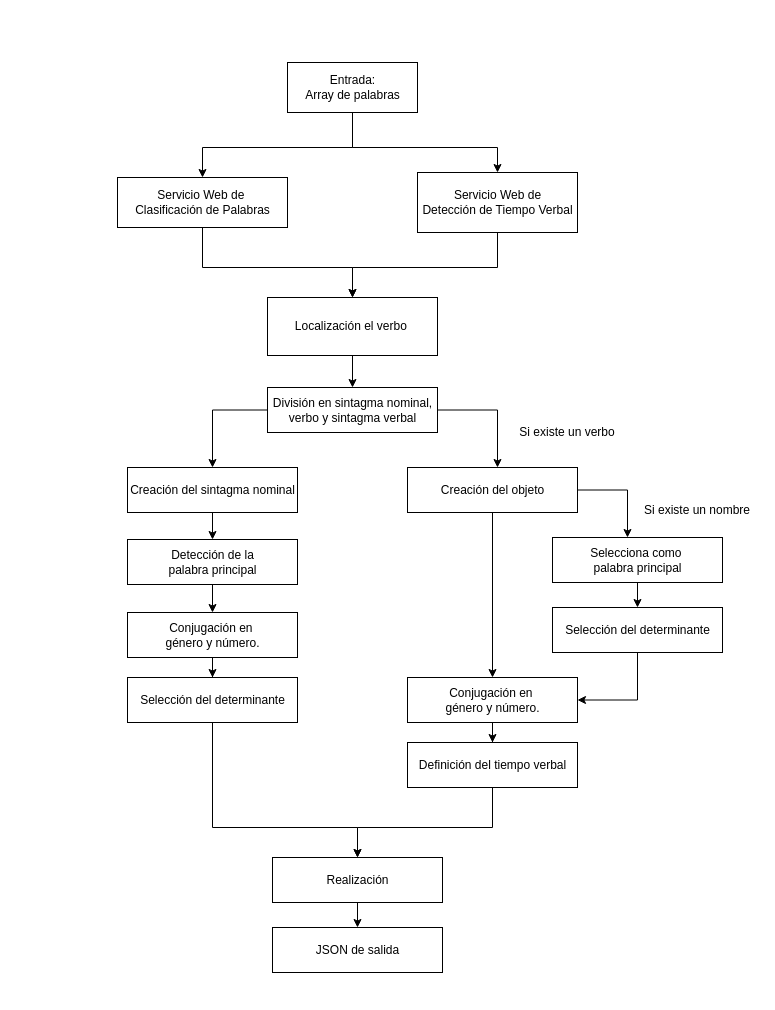
This is Documentación/Imagenes/Bitmap/Diagramas/NLGService.drawio from NILGroup/TFG-1819-PictoTexto, a draw.io file, before an edit. Source tidied: cells renumbered, new cells numbered last; positions are measured from the earlier drawing's top-left corner, leaving out a move shared by most shapes. Both pictures are drawn from the tidied source at 100%, with x=0, y=0 at pixel (117, 62).
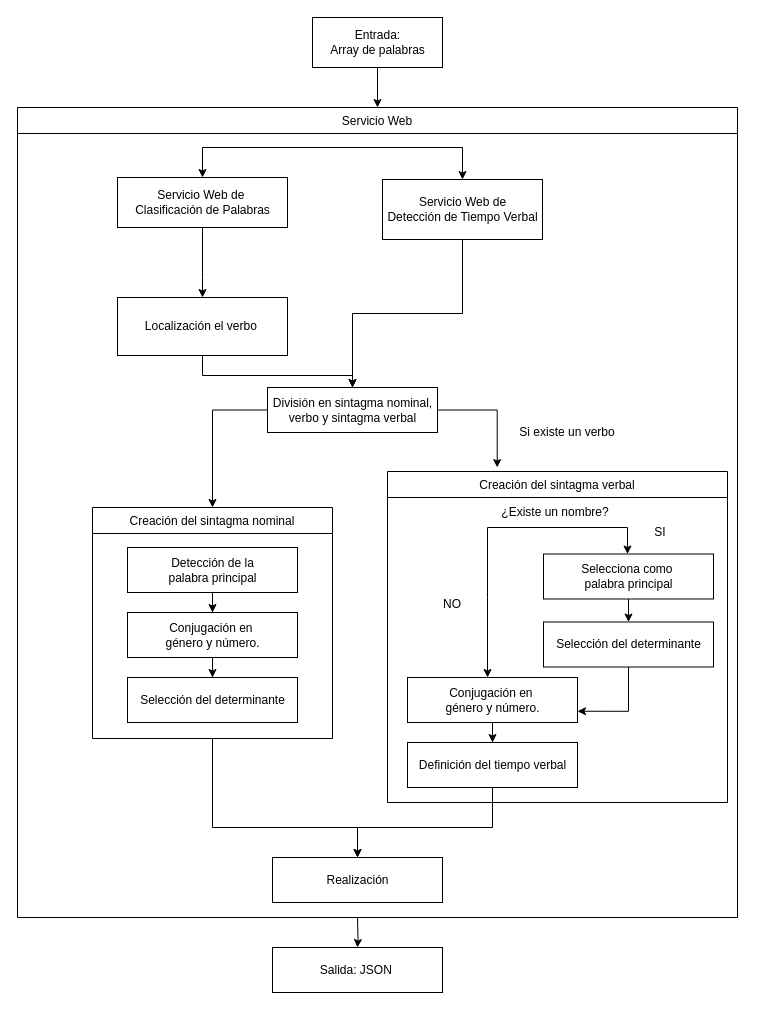
The same page after the edit.

Commit message (it also covers changes not shown here):
Changes on web arquitecture chapter

The change refers to these unchanged cells:
```xml
<mxCell id="5" value="Servicio Web de&amp;nbsp;&lt;br&gt;Clasificación de Palabras&lt;br&gt;" style="html=1;" parent="1" vertex="1">
  <mxGeometry y="115" width="170" height="50" as="geometry" />
</mxCell>
<mxCell id="12" value="División en sintagma nominal,&lt;br&gt;verbo y sintagma verbal&lt;br&gt;" style="html=1;" parent="1" vertex="1">
  <mxGeometry x="150" y="325" width="170" height="45" as="geometry" />
</mxCell>
<mxCell id="21" value="Selección del determinante" style="html=1;" parent="1" vertex="1">
  <mxGeometry x="10" y="615" width="170" height="45" as="geometry" />
</mxCell>
<mxCell id="28" value="Realización&lt;br&gt;" style="html=1;" parent="1" vertex="1">
  <mxGeometry x="155" y="795" width="170" height="45" as="geometry" />
</mxCell>
<mxCell id="37" value="Conjugación en&amp;nbsp;&lt;br&gt;género y número.&lt;br&gt;" style="html=1;" parent="1" vertex="1">
  <mxGeometry x="290" y="615" width="170" height="45" as="geometry" />
</mxCell>
```

What changed in the source:
```diff
@@
-    <mxCell id="2" style="edgeStyle=orthogonalEdgeStyle;rounded=0;jettySize=auto;html=1;exitX=0.5;exitY=1;exitDx=0;exitDy=0;entryX=0.5;entryY=0;entryDx=0;entryDy=0;" parent="1" edge="1" source="6" target="5">
+    <mxCell id="2" style="edgeStyle=orthogonalEdgeStyle;rounded=0;jettySize=auto;html=1;entryX=0.5;entryY=0;entryDx=0;entryDy=0;" parent="1" edge="1" target="5">
       <mxGeometry relative="1" as="geometry">
+        <mxPoint x="240" y="85" as="sourcePoint" />
         <Array as="points">
           <mxPoint x="235" y="85" />
           <mxPoint x="85" y="85" />
         </Array>
       </mxGeometry>
     </mxCell>
-    <mxCell id="3" style="edgeStyle=orthogonalEdgeStyle;rounded=0;jettySize=auto;html=1;entryX=0.5;entryY=0;entryDx=0;entryDy=0;exitX=0.5;exitY=1;exitDx=0;exitDy=0;" parent="1" edge="1" source="6" target="8">
+    <mxCell id="3" style="edgeStyle=orthogonalEdgeStyle;rounded=0;orthogonalLoop=1;jettySize=auto;html=1;" parent="1" edge="1">
       <mxGeometry relative="1" as="geometry">
+        <mxPoint x="225" y="85" as="sourcePoint" />
+        <mxPoint x="345" y="117" as="targetPoint" />
         <Array as="points">
-          <mxPoint x="235" y="85" />
-          <mxPoint x="380" y="85" />
+          <mxPoint x="345" y="85" />
         </Array>
       </mxGeometry>
     </mxCell>
     <mxCell id="4" style="edgeStyle=orthogonalEdgeStyle;rounded=0;jettySize=auto;html=1;entryX=0.5;entryY=0;entryDx=0;entryDy=0;" parent="1" edge="1" source="5" target="10">
       <mxGeometry relative="1" as="geometry">
         <Array as="points">
-          <mxPoint x="85" y="205" />
-          <mxPoint x="235" y="205" />
+          <mxPoint x="85" y="215" />
+          <mxPoint x="85" y="215" />
         </Array>
       </mxGeometry>
     </mxCell>
@@
+    <mxCell id="38" style="edgeStyle=orthogonalEdgeStyle;rounded=0;jettySize=auto;html=1;" parent="1" edge="1" source="6" target="43">
+      <mxGeometry relative="1" as="geometry" />
+    </mxCell>
     <mxCell id="6" value="Entrada:&lt;br&gt;Array de palabras&lt;br&gt;" style="html=1;" parent="1" vertex="1">
-      <mxGeometry x="170" width="130" height="50" as="geometry" />
+      <mxGeometry x="195" y="-45" width="130" height="50" as="geometry" />
     </mxCell>
-    <mxCell id="7" style="edgeStyle=orthogonalEdgeStyle;rounded=0;jettySize=auto;html=1;" parent="1" edge="1" source="8" target="10">
-      <mxGeometry relative="1" as="geometry">
-        <Array as="points">
-          <mxPoint x="380" y="205" />
-          <mxPoint x="235" y="205" />
-        </Array>
-      </mxGeometry>
-    </mxCell>
+    <mxCell id="39" style="edgeStyle=orthogonalEdgeStyle;rounded=0;jettySize=auto;html=1;exitX=0.5;exitY=1;exitDx=0;exitDy=0;entryX=0.5;entryY=0;entryDx=0;entryDy=0;" parent="1" edge="1" source="8" target="12">
+      <mxGeometry relative="1" as="geometry" />
+    </mxCell>
     <mxCell id="8" value="Servicio Web&amp;nbsp;&lt;span&gt;de &lt;br&gt;Detección de Tiempo Verbal&lt;/span&gt;&lt;br&gt;" style="html=1;" parent="1" vertex="1">
-      <mxGeometry x="300" y="110" width="160" height="60" as="geometry" />
+      <mxGeometry x="265" y="117" width="160" height="60" as="geometry" />
     </mxCell>
     <mxCell id="9" style="edgeStyle=orthogonalEdgeStyle;rounded=0;jettySize=auto;html=1;" parent="1" edge="1" source="10" target="12">
-      <mxGeometry relative="1" as="geometry" />
+      <mxGeometry relative="1" as="geometry">
+        <Array as="points">
+          <mxPoint x="85" y="313" />
+          <mxPoint x="235" y="313" />
+        </Array>
+      </mxGeometry>
     </mxCell>
     <mxCell id="10" value="Localización el&amp;nbsp;verbo&amp;nbsp;&lt;br&gt;" style="html=1;" parent="1" vertex="1">
-      <mxGeometry x="150" y="235" width="170" height="58" as="geometry" />
+      <mxGeometry y="235" width="170" height="58" as="geometry" />
     </mxCell>
@@
-    <mxCell id="13" style="edgeStyle=orthogonalEdgeStyle;rounded=0;jettySize=auto;html=1;exitX=1;exitY=0.5;exitDx=0;exitDy=0;" parent="1" edge="1" source="12" target="24">
+    <mxCell id="13" style="edgeStyle=orthogonalEdgeStyle;rounded=0;jettySize=auto;html=1;exitX=1;exitY=0.5;exitDx=0;exitDy=0;" parent="1" edge="1" source="12">
       <mxGeometry relative="1" as="geometry">
+        <mxPoint x="379.7" y="405" as="targetPoint" />
         <Array as="points">
           <mxPoint x="380" y="348" />
         </Array>
       </mxGeometry>
     </mxCell>
-    <mxCell id="14" style="edgeStyle=orthogonalEdgeStyle;rounded=0;jettySize=auto;html=1;" parent="1" edge="1" source="15" target="17">
-      <mxGeometry relative="1" as="geometry" />
-    </mxCell>
-    <mxCell id="15" value="Creación del sintagma nominal&lt;br&gt;" style="html=1;" parent="1" vertex="1">
-      <mxGeometry x="10" y="405" width="170" height="45" as="geometry" />
-    </mxCell>
@@
     <mxCell id="17" value="Detección de la &lt;br&gt;palabra principal&lt;br&gt;" style="html=1;" parent="1" vertex="1">
-      <mxGeometry x="10" y="477" width="170" height="45" as="geometry" />
+      <mxGeometry x="10" y="485" width="170" height="45" as="geometry" />
     </mxCell>
@@
-    <mxCell id="20" style="edgeStyle=orthogonalEdgeStyle;rounded=0;jettySize=auto;html=1;" parent="1" edge="1" source="21">
+    <mxCell id="20" style="edgeStyle=orthogonalEdgeStyle;rounded=0;jettySize=auto;html=1;exitX=0.5;exitY=1;exitDx=0;exitDy=0;" parent="1" edge="1" source="15">
       <mxGeometry relative="1" as="geometry">
         <mxPoint x="240" y="795" as="targetPoint" />
         <Array as="points">
           <mxPoint x="95" y="765" />
           <mxPoint x="240" y="765" />
         </Array>
       </mxGeometry>
     </mxCell>
@@
-    <mxCell id="22" style="edgeStyle=orthogonalEdgeStyle;rounded=0;jettySize=auto;html=1;" parent="1" edge="1" source="24" target="26">
+    <mxCell id="22" style="edgeStyle=orthogonalEdgeStyle;rounded=0;jettySize=auto;html=1;" parent="1" edge="1" target="26">
       <mxGeometry relative="1" as="geometry">
+        <mxPoint x="370" y="465" as="sourcePoint" />
         <Array as="points">
-          <mxPoint x="510" y="428" />
+          <mxPoint x="370" y="465" />
+          <mxPoint x="510" y="465" />
         </Array>
       </mxGeometry>
     </mxCell>
-    <mxCell id="23" style="edgeStyle=orthogonalEdgeStyle;rounded=0;jettySize=auto;html=1;" parent="1" edge="1" source="24" target="37">
-      <mxGeometry relative="1" as="geometry" />
+    <mxCell id="23" style="edgeStyle=orthogonalEdgeStyle;rounded=0;jettySize=auto;html=1;" parent="1" edge="1" target="37">
+      <mxGeometry relative="1" as="geometry">
+        <mxPoint x="370" y="465" as="sourcePoint" />
+        <Array as="points">
+          <mxPoint x="370" y="535" />
+          <mxPoint x="370" y="535" />
+        </Array>
+      </mxGeometry>
     </mxCell>
-    <mxCell id="24" value="Creación del objeto&lt;br&gt;" style="html=1;" parent="1" vertex="1">
-      <mxGeometry x="290" y="405" width="170" height="45" as="geometry" />
-    </mxCell>
@@
     <mxCell id="26" value="Selecciona como&amp;nbsp;&lt;br&gt;palabra principal&lt;br&gt;" style="html=1;" parent="1" vertex="1">
-      <mxGeometry x="435" y="475" width="170" height="45" as="geometry" />
+      <mxGeometry x="426" y="491.5" width="170" height="45" as="geometry" />
     </mxCell>
-    <mxCell id="27" style="edgeStyle=orthogonalEdgeStyle;rounded=0;jettySize=auto;html=1;" parent="1" edge="1" source="28" target="29">
-      <mxGeometry relative="1" as="geometry" />
+    <mxCell id="27" style="edgeStyle=orthogonalEdgeStyle;rounded=0;jettySize=auto;html=1;" parent="1" edge="1" target="29">
+      <mxGeometry relative="1" as="geometry">
+        <mxPoint x="240" y="855" as="sourcePoint" />
+      </mxGeometry>
     </mxCell>
@@
-    <mxCell id="29" value="JSON de salida" style="html=1;" parent="1" vertex="1">
-      <mxGeometry x="155" y="865" width="170" height="45" as="geometry" />
+    <mxCell id="29" value="Salida: JSON&amp;nbsp;" style="html=1;" parent="1" vertex="1">
+      <mxGeometry x="155" y="885" width="170" height="45" as="geometry" />
     </mxCell>
@@
-    <mxCell id="33" value="Si existe un nombre" style="text;html=1;strokeColor=none;fillColor=none;align=center;verticalAlign=middle;whiteSpace=wrap;rounded=0;" parent="1" vertex="1">
-      <mxGeometry x="520" y="437.5" width="120" height="20" as="geometry" />
+    <mxCell id="33" value="¿Existe un nombre?" style="text;html=1;strokeColor=none;fillColor=none;align=center;verticalAlign=middle;whiteSpace=wrap;rounded=0;" parent="1" vertex="1">
+      <mxGeometry x="378" y="440" width="120" height="20" as="geometry" />
     </mxCell>
-    <mxCell id="34" style="edgeStyle=orthogonalEdgeStyle;rounded=0;jettySize=auto;html=1;entryX=1;entryY=0.5;entryDx=0;entryDy=0;" parent="1" edge="1" source="35" target="37">
+    <mxCell id="34" style="edgeStyle=orthogonalEdgeStyle;rounded=0;jettySize=auto;html=1;entryX=1;entryY=0.75;entryDx=0;entryDy=0;" parent="1" edge="1" source="35" target="37">
       <mxGeometry relative="1" as="geometry" />
     </mxCell>
     <mxCell id="35" value="Selección del determinante" style="html=1;" parent="1" vertex="1">
-      <mxGeometry x="435" y="545" width="170" height="45" as="geometry" />
+      <mxGeometry x="426" y="559.5" width="170" height="45" as="geometry" />
     </mxCell>
@@
+    <mxCell id="15" value="Creación del sintagma nominal" style="swimlane;fontStyle=0;horizontal=1;startSize=26;fillColor=none;" parent="1" vertex="1">
+      <mxGeometry x="-25" y="445" width="240" height="231" as="geometry" />
+    </mxCell>
+    <mxCell id="40" value="Creación del sintagma verbal" style="swimlane;fontStyle=0;horizontal=1;startSize=26;fillColor=none;" parent="1" vertex="1">
+      <mxGeometry x="270" y="409" width="340" height="331" as="geometry" />
+    </mxCell>
+    <mxCell id="41" value="SI" style="text;html=1;strokeColor=none;fillColor=none;align=center;verticalAlign=middle;whiteSpace=wrap;rounded=0;" parent="1" vertex="1">
+      <mxGeometry x="525" y="460" width="36" height="20" as="geometry" />
+    </mxCell>
+    <mxCell id="42" value="NO" style="text;html=1;strokeColor=none;fillColor=none;align=center;verticalAlign=middle;whiteSpace=wrap;rounded=0;" parent="1" vertex="1">
+      <mxGeometry x="317" y="532" width="36" height="20" as="geometry" />
+    </mxCell>
+    <mxCell id="43" value="Servicio Web" style="swimlane;fontStyle=0;horizontal=1;startSize=26;fillColor=none;" parent="1" vertex="1">
+      <mxGeometry x="-100" y="45" width="720" height="810" as="geometry" />
+    </mxCell>
```
